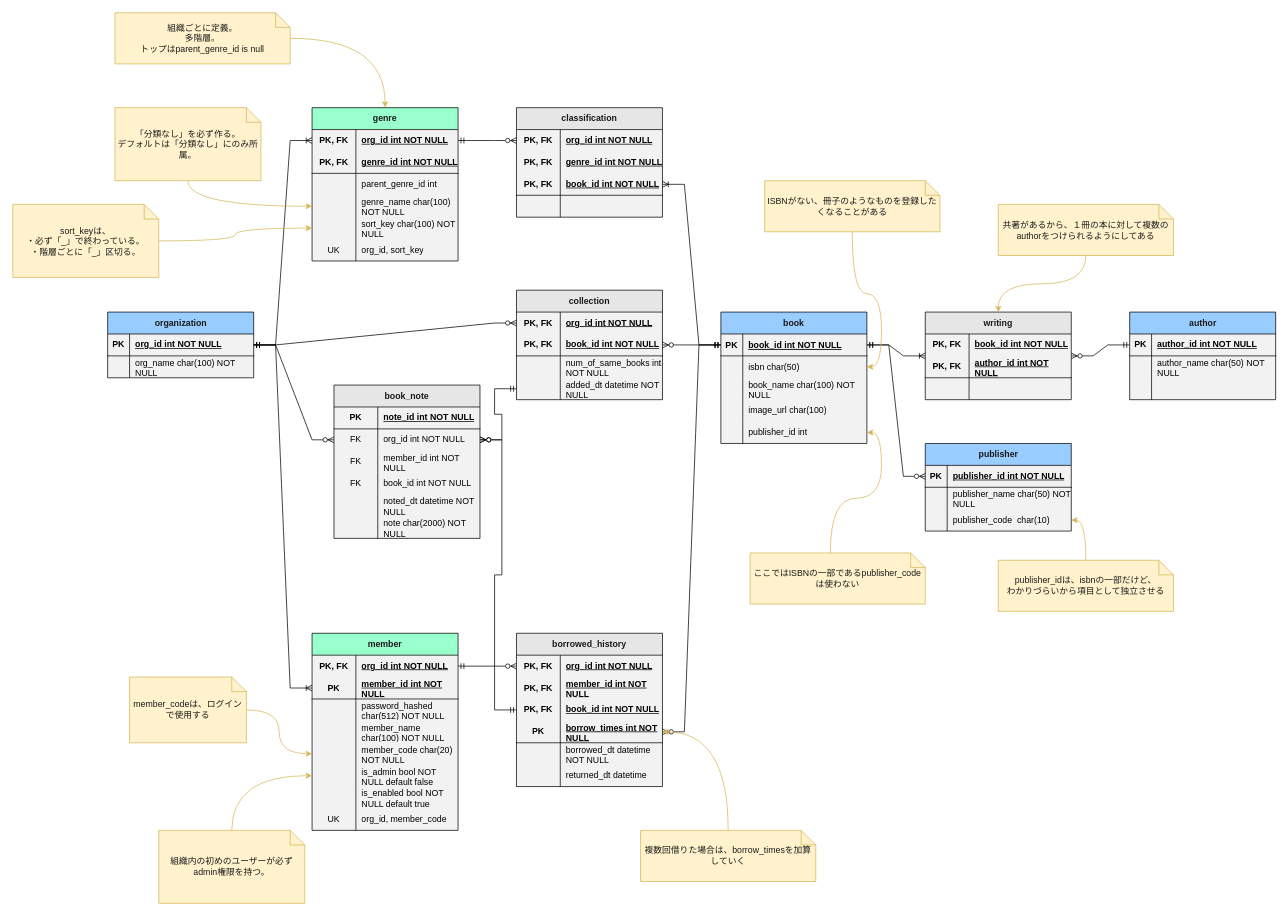
Before: doc/er_diagram.drawio in yo16/bookshelf_2023, a draw.io diagram. Source tidied: cells renumbered, new cells numbered last; positions are measured from the earlier drawing's top-left corner, leaving out a move shared by most shapes. Both pictures are drawn from the tidied source at 73%, with x=0, y=0 at pixel (12, 12).
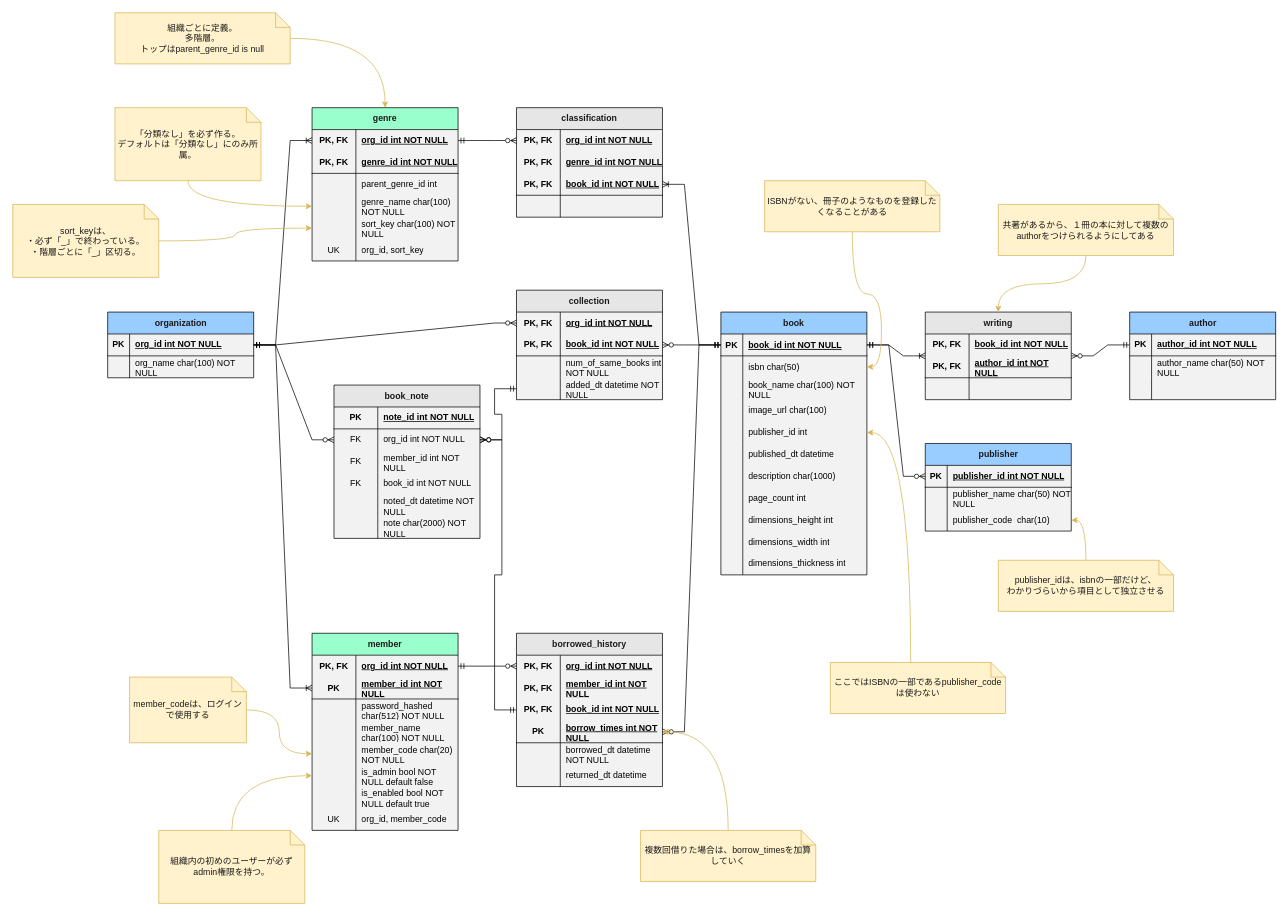
Above is the later version.

Commit message (it also covers changes not shown here):
bookにpublished_dt, description, page_count, height, width, thicknessを追加

The edit, as a diff of the source:
```diff
@@
     <mxCell id="2" value="book" style="shape=table;startSize=30;childLayout=tableLayout;rowLines=0;fontStyle=1;align=center;fillColor=#99CCFF;fontColor=#1A1A1A;swimlaneFillColor=#F2F2F2;" parent="1" vertex="1">
-      <mxGeometry x="970" y="410" width="200" height="180" as="geometry" />
+      <mxGeometry x="970" y="410" width="200" height="360" as="geometry" />
     </mxCell>
@@
+    <mxCell id="197" style="shape=partialRectangle;fillColor=none;top=0;left=0;right=0;bottom=0;" parent="2" vertex="1">
+      <mxGeometry y="180" width="200" height="30" as="geometry" />
+    </mxCell>
+    <mxCell id="198" style="shape=partialRectangle;overflow=hidden;fillColor=none;top=0;left=0;bottom=0;right=0;" parent="197" vertex="1">
+      <mxGeometry width="30" height="30" as="geometry" />
+    </mxCell>
+    <mxCell id="199" value="published_dt datetime" style="shape=partialRectangle;overflow=hidden;fillColor=none;top=0;left=0;bottom=0;right=0;align=left;spacingLeft=6;verticalAlign=middle;whiteSpace=wrap;" parent="197" vertex="1">
+      <mxGeometry x="30" width="170" height="30" as="geometry" />
+    </mxCell>
+    <mxCell id="200" style="shape=partialRectangle;fillColor=none;top=0;left=0;right=0;bottom=0;" parent="2" vertex="1">
+      <mxGeometry y="210" width="200" height="30" as="geometry" />
+    </mxCell>
+    <mxCell id="201" style="shape=partialRectangle;overflow=hidden;fillColor=none;top=0;left=0;bottom=0;right=0;" parent="200" vertex="1">
+      <mxGeometry width="30" height="30" as="geometry" />
+    </mxCell>
+    <mxCell id="202" value="description char(1000)" style="shape=partialRectangle;overflow=hidden;fillColor=none;top=0;left=0;bottom=0;right=0;align=left;spacingLeft=6;verticalAlign=middle;whiteSpace=wrap;" parent="200" vertex="1">
+      <mxGeometry x="30" width="170" height="30" as="geometry" />
+    </mxCell>
+    <mxCell id="203" style="shape=partialRectangle;fillColor=none;top=0;left=0;right=0;bottom=0;" parent="2" vertex="1">
+      <mxGeometry y="240" width="200" height="30" as="geometry" />
+    </mxCell>
+    <mxCell id="204" style="shape=partialRectangle;overflow=hidden;fillColor=none;top=0;left=0;bottom=0;right=0;" parent="203" vertex="1">
+      <mxGeometry width="30" height="30" as="geometry" />
+    </mxCell>
+    <mxCell id="205" value="page_count int" style="shape=partialRectangle;overflow=hidden;fillColor=none;top=0;left=0;bottom=0;right=0;align=left;spacingLeft=6;verticalAlign=middle;whiteSpace=wrap;" parent="203" vertex="1">
+      <mxGeometry x="30" width="170" height="30" as="geometry" />
+    </mxCell>
+    <mxCell id="206" style="shape=partialRectangle;fillColor=none;top=0;left=0;right=0;bottom=0;" parent="2" vertex="1">
+      <mxGeometry y="270" width="200" height="30" as="geometry" />
+    </mxCell>
+    <mxCell id="207" style="shape=partialRectangle;overflow=hidden;fillColor=none;top=0;left=0;bottom=0;right=0;" parent="206" vertex="1">
+      <mxGeometry width="30" height="30" as="geometry" />
+    </mxCell>
+    <mxCell id="208" value="dimensions_height int" style="shape=partialRectangle;overflow=hidden;fillColor=none;top=0;left=0;bottom=0;right=0;align=left;spacingLeft=6;verticalAlign=middle;whiteSpace=wrap;" parent="206" vertex="1">
+      <mxGeometry x="30" width="170" height="30" as="geometry" />
+    </mxCell>
+    <mxCell id="209" style="shape=partialRectangle;fillColor=none;top=0;left=0;right=0;bottom=0;" parent="2" vertex="1">
+      <mxGeometry y="300" width="200" height="30" as="geometry" />
+    </mxCell>
+    <mxCell id="210" style="shape=partialRectangle;overflow=hidden;fillColor=none;top=0;left=0;bottom=0;right=0;" parent="209" vertex="1">
+      <mxGeometry width="30" height="30" as="geometry" />
+    </mxCell>
+    <mxCell id="211" value="dimensions_width int" style="shape=partialRectangle;overflow=hidden;fillColor=none;top=0;left=0;bottom=0;right=0;align=left;spacingLeft=6;verticalAlign=middle;whiteSpace=wrap;" parent="209" vertex="1">
+      <mxGeometry x="30" width="170" height="30" as="geometry" />
+    </mxCell>
+    <mxCell id="212" style="shape=partialRectangle;fillColor=none;top=0;left=0;right=0;bottom=0;" parent="2" vertex="1">
+      <mxGeometry y="330" width="200" height="30" as="geometry" />
+    </mxCell>
+    <mxCell id="213" style="shape=partialRectangle;overflow=hidden;fillColor=none;top=0;left=0;bottom=0;right=0;" parent="212" vertex="1">
+      <mxGeometry width="30" height="30" as="geometry" />
+    </mxCell>
+    <mxCell id="214" value="dimensions_thickness int" style="shape=partialRectangle;overflow=hidden;fillColor=none;top=0;left=0;bottom=0;right=0;align=left;spacingLeft=6;verticalAlign=middle;whiteSpace=wrap;" parent="212" vertex="1">
+      <mxGeometry x="30" width="170" height="30" as="geometry" />
+    </mxCell>
@@
     <mxCell id="171" value="ここではISBNの一部であるpublisher_codeは使わない" style="shape=note;size=20;whiteSpace=wrap;html=1;fillColor=#fff2cc;strokeColor=#d6b656;fontColor=#1A1A1A;" parent="1" vertex="1">
-      <mxGeometry x="1010" y="740" width="240" height="70" as="geometry" />
+      <mxGeometry x="1120" y="890" width="240" height="70" as="geometry" />
     </mxCell>
```
